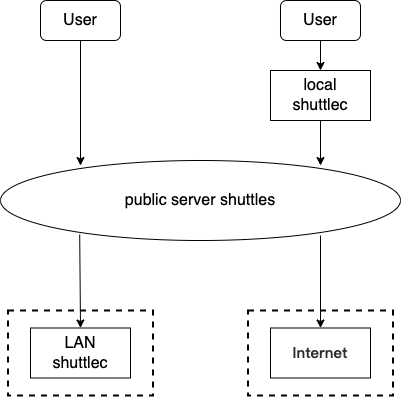
Before: doc/pic/architecture.png, a diagram exported from draw.io (cyejing/shuttle). Source tidied: cells renumbered, new cells last; positions are measured from the earlier drawing's top-left corner, leaving out a move shared by most shapes. Source of this version:
```xml
<mxGraphModel>
  <root>
    <mxCell id="0" />
    <mxCell id="1" parent="0" />
    <mxCell id="2" value="User" style="rounded=1;whiteSpace=wrap;html=1;fontSize=16;" parent="1" vertex="1">
      <mxGeometry x="40" width="80" height="40" as="geometry" />
    </mxCell>
    <mxCell id="3" value="public server shuttles" style="ellipse;whiteSpace=wrap;html=1;fontSize=16;" parent="1" vertex="1">
      <mxGeometry y="160" width="400" height="80" as="geometry" />
    </mxCell>
    <mxCell id="4" value="User" style="rounded=1;whiteSpace=wrap;html=1;fontSize=16;" parent="1" vertex="1">
      <mxGeometry x="280" width="80" height="40" as="geometry" />
    </mxCell>
    <mxCell id="5" value="local&lt;br&gt;shuttlec" style="rounded=0;whiteSpace=wrap;html=1;fontSize=16;" parent="1" vertex="1">
      <mxGeometry x="270" y="70" width="100" height="50" as="geometry" />
    </mxCell>
    <mxCell id="6" style="rounded=0;whiteSpace=wrap;html=1;fontSize=16;dashed=1;strokeWidth=2;" parent="1" vertex="1">
      <mxGeometry x="7.5" y="310" width="145" height="85" as="geometry" />
    </mxCell>
    <mxCell id="7" value="LAN&lt;br&gt;shuttlec" style="rounded=0;whiteSpace=wrap;html=1;fontSize=16;" parent="1" vertex="1">
      <mxGeometry x="30" y="327.5" width="100" height="50" as="geometry" />
    </mxCell>
    <mxCell id="8" style="rounded=0;whiteSpace=wrap;html=1;fontSize=16;dashed=1;strokeWidth=2;" parent="1" vertex="1">
      <mxGeometry x="247.5" y="310" width="145" height="85" as="geometry" />
    </mxCell>
    <mxCell id="9" value="&lt;span style=&quot;caret-color: rgb(42, 43, 46); color: rgb(42, 43, 46); font-family: &amp;quot;PingFang SC&amp;quot;, &amp;quot;Segoe UI&amp;quot;, Arial, &amp;quot;Microsoft YaHei&amp;quot;, 微软雅黑, 宋体, &amp;quot;Malgun Gothic&amp;quot;, sans-serif; font-size: 15px; font-weight: 600; text-align: left; text-size-adjust: auto; background-color: rgb(255, 255, 255);&quot;&gt;Internet&lt;/span&gt;" style="rounded=0;whiteSpace=wrap;html=1;fontSize=16;" parent="1" vertex="1">
      <mxGeometry x="270" y="327.5" width="100" height="50" as="geometry" />
    </mxCell>
    <mxCell id="10" style="endArrow=classic;html=1;rounded=0;fontSize=16;exitX=0.5;exitY=1;exitDx=0;exitDy=0;entryX=0.2;entryY=0.063;entryDx=0;entryDy=0;entryPerimeter=0;" parent="1" edge="1" source="2" target="3">
      <mxGeometry relative="1" as="geometry" />
    </mxCell>
    <mxCell id="11" style="endArrow=classic;html=1;rounded=0;fontSize=16;exitX=0.5;exitY=1;exitDx=0;exitDy=0;entryX=0.5;entryY=0;entryDx=0;entryDy=0;" parent="1" edge="1" source="4" target="5">
      <mxGeometry relative="1" as="geometry" />
    </mxCell>
    <mxCell id="12" style="endArrow=classic;html=1;rounded=0;fontSize=16;exitX=0.5;exitY=1;exitDx=0;exitDy=0;entryX=0.8;entryY=0.063;entryDx=0;entryDy=0;entryPerimeter=0;" parent="1" edge="1" source="5" target="3">
      <mxGeometry relative="1" as="geometry" />
    </mxCell>
    <mxCell id="13" style="endArrow=classic;html=1;rounded=0;fontSize=16;exitX=0.198;exitY=0.925;exitDx=0;exitDy=0;entryX=0.5;entryY=0;entryDx=0;entryDy=0;exitPerimeter=0;" parent="1" edge="1" source="3" target="7">
      <mxGeometry relative="1" as="geometry" />
    </mxCell>
    <mxCell id="14" style="endArrow=classic;html=1;rounded=0;fontSize=16;exitX=0.8;exitY=0.938;exitDx=0;exitDy=0;entryX=0.5;entryY=0;entryDx=0;entryDy=0;exitPerimeter=0;" parent="1" edge="1" source="3" target="9">
      <mxGeometry relative="1" as="geometry" />
    </mxCell>
  </root>
</mxGraphModel>
```
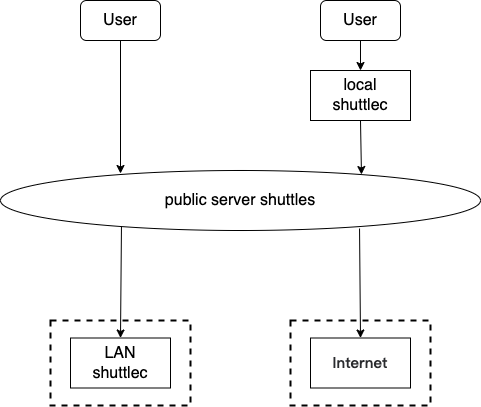
After the change.

Change to the diagram source:
```diff
@@ -3,42 +3,42 @@
     <mxCell id="0" />
     <mxCell id="1" parent="0" />
     <mxCell id="2" value="User" style="rounded=1;whiteSpace=wrap;html=1;fontSize=16;" parent="1" vertex="1">
-      <mxGeometry x="40" width="80" height="40" as="geometry" />
+      <mxGeometry x="80" width="80" height="40" as="geometry" />
     </mxCell>
     <mxCell id="3" value="public server shuttles" style="ellipse;whiteSpace=wrap;html=1;fontSize=16;" parent="1" vertex="1">
-      <mxGeometry y="160" width="400" height="80" as="geometry" />
+      <mxGeometry y="170" width="480" height="60" as="geometry" />
     </mxCell>
     <mxCell id="4" value="User" style="rounded=1;whiteSpace=wrap;html=1;fontSize=16;" parent="1" vertex="1">
-      <mxGeometry x="280" width="80" height="40" as="geometry" />
+      <mxGeometry x="320" width="80" height="40" as="geometry" />
     </mxCell>
     <mxCell id="5" value="local&lt;br&gt;shuttlec" style="rounded=0;whiteSpace=wrap;html=1;fontSize=16;" parent="1" vertex="1">
-      <mxGeometry x="270" y="70" width="100" height="50" as="geometry" />
+      <mxGeometry x="310" y="70" width="100" height="50" as="geometry" />
     </mxCell>
     <mxCell id="6" style="rounded=0;whiteSpace=wrap;html=1;fontSize=16;dashed=1;strokeWidth=2;" parent="1" vertex="1">
-      <mxGeometry x="7.5" y="310" width="145" height="85" as="geometry" />
+      <mxGeometry x="50" y="320" width="140" height="85" as="geometry" />
     </mxCell>
     <mxCell id="7" value="LAN&lt;br&gt;shuttlec" style="rounded=0;whiteSpace=wrap;html=1;fontSize=16;" parent="1" vertex="1">
-      <mxGeometry x="30" y="327.5" width="100" height="50" as="geometry" />
+      <mxGeometry x="70" y="337.5" width="100" height="50" as="geometry" />
     </mxCell>
     <mxCell id="8" style="rounded=0;whiteSpace=wrap;html=1;fontSize=16;dashed=1;strokeWidth=2;" parent="1" vertex="1">
-      <mxGeometry x="247.5" y="310" width="145" height="85" as="geometry" />
+      <mxGeometry x="290" y="320" width="140" height="85" as="geometry" />
     </mxCell>
     <mxCell id="9" value="&lt;span style=&quot;caret-color: rgb(42, 43, 46); color: rgb(42, 43, 46); font-family: &amp;quot;PingFang SC&amp;quot;, &amp;quot;Segoe UI&amp;quot;, Arial, &amp;quot;Microsoft YaHei&amp;quot;, 微软雅黑, 宋体, &amp;quot;Malgun Gothic&amp;quot;, sans-serif; font-size: 15px; font-weight: 600; text-align: left; text-size-adjust: auto; background-color: rgb(255, 255, 255);&quot;&gt;Internet&lt;/span&gt;" style="rounded=0;whiteSpace=wrap;html=1;fontSize=16;" parent="1" vertex="1">
-      <mxGeometry x="270" y="327.5" width="100" height="50" as="geometry" />
+      <mxGeometry x="310" y="337.5" width="100" height="50" as="geometry" />
     </mxCell>
-    <mxCell id="10" style="endArrow=classic;html=1;rounded=0;fontSize=16;exitX=0.5;exitY=1;exitDx=0;exitDy=0;entryX=0.2;entryY=0.063;entryDx=0;entryDy=0;entryPerimeter=0;" parent="1" edge="1" source="2" target="3">
+    <mxCell id="10" style="endArrow=classic;html=1;rounded=0;fontSize=16;exitX=0.5;exitY=1;exitDx=0;exitDy=0;entryX=0.25;entryY=0.05;entryDx=0;entryDy=0;entryPerimeter=0;" parent="1" edge="1" source="2" target="3">
       <mxGeometry relative="1" as="geometry" />
     </mxCell>
     <mxCell id="11" style="endArrow=classic;html=1;rounded=0;fontSize=16;exitX=0.5;exitY=1;exitDx=0;exitDy=0;entryX=0.5;entryY=0;entryDx=0;entryDy=0;" parent="1" edge="1" source="4" target="5">
       <mxGeometry relative="1" as="geometry" />
     </mxCell>
-    <mxCell id="12" style="endArrow=classic;html=1;rounded=0;fontSize=16;exitX=0.5;exitY=1;exitDx=0;exitDy=0;entryX=0.8;entryY=0.063;entryDx=0;entryDy=0;entryPerimeter=0;" parent="1" edge="1" source="5" target="3">
+    <mxCell id="12" style="endArrow=classic;html=1;rounded=0;fontSize=16;exitX=0.5;exitY=1;exitDx=0;exitDy=0;entryX=0.752;entryY=0.067;entryDx=0;entryDy=0;entryPerimeter=0;" parent="1" edge="1" source="5" target="3">
       <mxGeometry relative="1" as="geometry" />
     </mxCell>
-    <mxCell id="13" style="endArrow=classic;html=1;rounded=0;fontSize=16;exitX=0.198;exitY=0.925;exitDx=0;exitDy=0;entryX=0.5;entryY=0;entryDx=0;entryDy=0;exitPerimeter=0;" parent="1" edge="1" source="3" target="7">
+    <mxCell id="13" style="endArrow=classic;html=1;rounded=0;fontSize=16;exitX=0.252;exitY=0.933;exitDx=0;exitDy=0;entryX=0.5;entryY=0;entryDx=0;entryDy=0;exitPerimeter=0;" parent="1" edge="1" source="3" target="7">
       <mxGeometry relative="1" as="geometry" />
     </mxCell>
-    <mxCell id="14" style="endArrow=classic;html=1;rounded=0;fontSize=16;exitX=0.8;exitY=0.938;exitDx=0;exitDy=0;entryX=0.5;entryY=0;entryDx=0;entryDy=0;exitPerimeter=0;" parent="1" edge="1" source="3" target="9">
+    <mxCell id="14" style="endArrow=classic;html=1;rounded=0;fontSize=16;exitX=0.748;exitY=0.967;exitDx=0;exitDy=0;entryX=0.5;entryY=0;entryDx=0;entryDy=0;exitPerimeter=0;" parent="1" edge="1" source="3" target="9">
       <mxGeometry relative="1" as="geometry" />
     </mxCell>
   </root>
```
